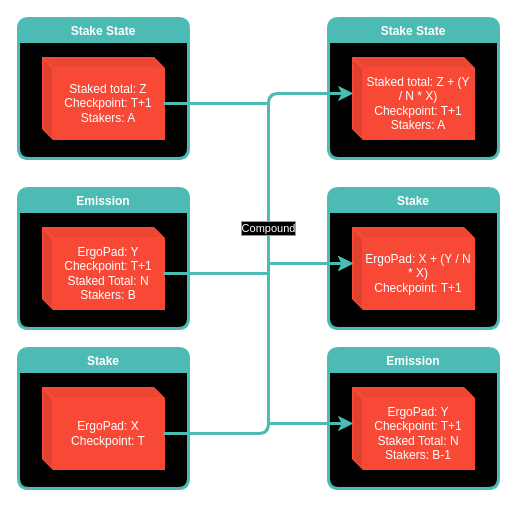
JoseBravoChile/ergopad keeps this draw.io diagram as backend/app/contracts/images/staking-compound.drawio. Above is the earlier version. Source tidied: cells renumbered, new cells numbered last; positions are measured from the earlier drawing's top-left corner, leaving out a move shared by most shapes. Both pictures are drawn from the tidied source at 100%, with x=0, y=0 at pixel (18, 18).
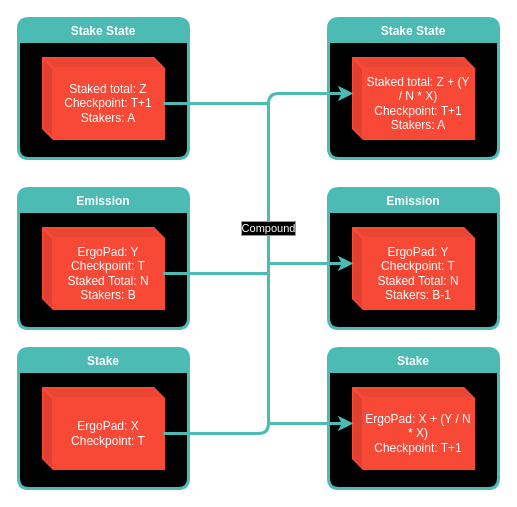
After the change.

The change refers to these unchanged cells:
```xml
<mxCell id="5" value="Staked total: Z&lt;br&gt;Checkpoint: T+1&lt;br&gt;Stakers: A" style="shape=cube;whiteSpace=wrap;html=1;boundedLbl=1;backgroundOutline=1;darkOpacity=0.05;darkOpacity2=0.1;rounded=1;labelBorderColor=none;fontColor=#FFFFFF;strokeColor=#F84936;strokeWidth=3;fillColor=#F84936;size=10;" parent="4" vertex="1">
  <mxGeometry x="25" y="40" width="120" height="80" as="geometry" />
</mxCell>
<mxCell id="6" value="Emission" style="swimlane;fillColor=#4CBBB4;swimlaneLine=1;rounded=1;swimlaneFillColor=#000000;fontColor=#FFFFFF;labelBorderColor=none;strokeColor=#4CBBB4;strokeWidth=3;" parent="1" vertex="1">
  <mxGeometry y="170" width="170" height="140" as="geometry" />
</mxCell>
<mxCell id="9" value="ErgoPad: X + (Y / N * X)&lt;br&gt;Checkpoint: T+1" style="shape=cube;whiteSpace=wrap;html=1;boundedLbl=1;backgroundOutline=1;darkOpacity=0.05;darkOpacity2=0.1;rounded=1;labelBorderColor=none;fontColor=#FFFFFF;strokeColor=#F84936;strokeWidth=3;fillColor=#F84936;size=10;" parent="8" vertex="1">
  <mxGeometry x="25" y="40" width="120" height="80" as="geometry" />
</mxCell>
```

Diff of the diagram source:
```diff
@@
-    <mxCell id="7" value="ErgoPad: Y&lt;br&gt;Checkpoint: T+1&lt;br&gt;Staked Total: N&lt;br&gt;Stakers: B" style="shape=cube;whiteSpace=wrap;html=1;boundedLbl=1;backgroundOutline=1;darkOpacity=0.05;darkOpacity2=0.1;rounded=1;labelBorderColor=none;fontColor=#FFFFFF;strokeColor=#F84936;strokeWidth=3;fillColor=#F84936;size=10;" parent="6" vertex="1">
+    <mxCell id="7" value="ErgoPad: Y&lt;br&gt;Checkpoint: T&lt;br&gt;Staked Total: N&lt;br&gt;Stakers: B" style="shape=cube;whiteSpace=wrap;html=1;boundedLbl=1;backgroundOutline=1;darkOpacity=0.05;darkOpacity2=0.1;rounded=1;labelBorderColor=none;fontColor=#FFFFFF;strokeColor=#F84936;strokeWidth=3;fillColor=#F84936;size=10;" parent="6" vertex="1">
       <mxGeometry x="25" y="40" width="120" height="80" as="geometry" />
     </mxCell>
     <mxCell id="8" value="Stake" style="swimlane;fillColor=#4CBBB4;swimlaneLine=1;rounded=1;swimlaneFillColor=#000000;fontColor=#FFFFFF;labelBorderColor=none;strokeColor=#4CBBB4;strokeWidth=3;" parent="1" vertex="1">
-      <mxGeometry x="310" y="170" width="170" height="140" as="geometry" />
+      <mxGeometry x="310" y="330" width="170" height="140" as="geometry" />
     </mxCell>
@@
-    <mxCell id="12" style="edgeStyle=orthogonalEdgeStyle;rounded=0;jettySize=auto;html=1;exitX=0;exitY=0;exitDx=120;exitDy=45;exitPerimeter=0;entryX=0;entryY=0;entryDx=0;entryDy=35;entryPerimeter=0;labelBackgroundColor=#000000;labelBorderColor=#4CBBB4;fontColor=#FFFFFF;startArrow=none;startFill=0;endArrow=classic;endFill=1;strokeColor=#4CBBB4;strokeWidth=3;" parent="1" edge="1" source="5" target="9">
+    <mxCell id="12" style="edgeStyle=orthogonalEdgeStyle;rounded=0;jettySize=auto;html=1;exitX=0;exitY=0;exitDx=120;exitDy=45;exitPerimeter=0;entryX=0;entryY=0;entryDx=0;entryDy=35;entryPerimeter=0;labelBackgroundColor=#000000;labelBorderColor=#4CBBB4;fontColor=#FFFFFF;startArrow=none;startFill=0;endArrow=classic;endFill=1;strokeColor=#4CBBB4;strokeWidth=3;" parent="1" edge="1" source="5" target="16">
       <mxGeometry relative="1" as="geometry">
         <Array as="points">
           <mxPoint x="250" y="85" />
           <mxPoint x="250" y="245" />
         </Array>
       </mxGeometry>
     </mxCell>
-    <mxCell id="13" style="edgeStyle=orthogonalEdgeStyle;rounded=0;jettySize=auto;html=1;exitX=0;exitY=0;exitDx=120;exitDy=45;exitPerimeter=0;entryX=0;entryY=0;entryDx=0;entryDy=35;entryPerimeter=0;labelBackgroundColor=#000000;labelBorderColor=#4CBBB4;fontColor=#FFFFFF;startArrow=none;startFill=0;endArrow=classic;endFill=1;strokeColor=#4CBBB4;strokeWidth=3;" parent="1" edge="1" source="7" target="9">
-      <mxGeometry relative="1" as="geometry">
-        <Array as="points">
-          <mxPoint x="250" y="255" />
-          <mxPoint x="250" y="245" />
-        </Array>
-      </mxGeometry>
-    </mxCell>
@@
     <mxCell id="15" value="Emission" style="swimlane;fillColor=#4CBBB4;swimlaneLine=1;rounded=1;swimlaneFillColor=#000000;fontColor=#FFFFFF;labelBorderColor=none;strokeColor=#4CBBB4;strokeWidth=3;" parent="1" vertex="1">
-      <mxGeometry x="310" y="330" width="170" height="140" as="geometry" />
+      <mxGeometry x="310" y="170" width="170" height="140" as="geometry" />
     </mxCell>
-    <mxCell id="16" value="ErgoPad: Y&lt;br&gt;Checkpoint: T+1&lt;br&gt;Staked Total: N&lt;br&gt;Stakers: B-1" style="shape=cube;whiteSpace=wrap;html=1;boundedLbl=1;backgroundOutline=1;darkOpacity=0.05;darkOpacity2=0.1;rounded=1;labelBorderColor=none;fontColor=#FFFFFF;strokeColor=#F84936;strokeWidth=3;fillColor=#F84936;size=10;" parent="15" vertex="1">
+    <mxCell id="16" value="ErgoPad: Y&lt;br&gt;Checkpoint: T&lt;br&gt;Staked Total: N&lt;br&gt;Stakers: B-1" style="shape=cube;whiteSpace=wrap;html=1;boundedLbl=1;backgroundOutline=1;darkOpacity=0.05;darkOpacity2=0.1;rounded=1;labelBorderColor=none;fontColor=#FFFFFF;strokeColor=#F84936;strokeWidth=3;fillColor=#F84936;size=10;" parent="15" vertex="1">
       <mxGeometry x="25" y="40" width="120" height="80" as="geometry" />
     </mxCell>
+    <mxCell id="13" style="edgeStyle=orthogonalEdgeStyle;rounded=0;jettySize=auto;html=1;exitX=0;exitY=0;exitDx=120;exitDy=45;exitPerimeter=0;entryX=0;entryY=0;entryDx=0;entryDy=35;entryPerimeter=0;labelBackgroundColor=#000000;labelBorderColor=#4CBBB4;fontColor=#FFFFFF;startArrow=none;startFill=0;endArrow=classic;endFill=1;strokeColor=#4CBBB4;strokeWidth=3;" parent="1" edge="1" source="7" target="16">
+      <mxGeometry relative="1" as="geometry">
+        <Array as="points">
+          <mxPoint x="250" y="255" />
+          <mxPoint x="250" y="245" />
+        </Array>
+      </mxGeometry>
+    </mxCell>
-    <mxCell id="17" style="edgeStyle=orthogonalEdgeStyle;rounded=0;jettySize=auto;html=1;exitX=0;exitY=0;exitDx=120;exitDy=45;exitPerimeter=0;entryX=0;entryY=0;entryDx=0;entryDy=35;entryPerimeter=0;labelBackgroundColor=#000000;labelBorderColor=#4CBBB4;fontColor=#FFFFFF;startArrow=none;startFill=0;endArrow=classic;endFill=1;strokeColor=#4CBBB4;strokeWidth=3;" parent="1" edge="1" source="7" target="16">
+    <mxCell id="17" style="edgeStyle=orthogonalEdgeStyle;rounded=0;jettySize=auto;html=1;exitX=0;exitY=0;exitDx=120;exitDy=45;exitPerimeter=0;labelBackgroundColor=#000000;labelBorderColor=#4CBBB4;fontColor=#FFFFFF;startArrow=none;startFill=0;endArrow=classic;endFill=1;strokeColor=#4CBBB4;strokeWidth=3;" parent="1" edge="1" source="7">
       <mxGeometry relative="1" as="geometry">
+        <mxPoint x="335" y="405" as="targetPoint" />
         <Array as="points">
           <mxPoint x="250" y="255" />
           <mxPoint x="250" y="405" />
         </Array>
       </mxGeometry>
     </mxCell>
```
